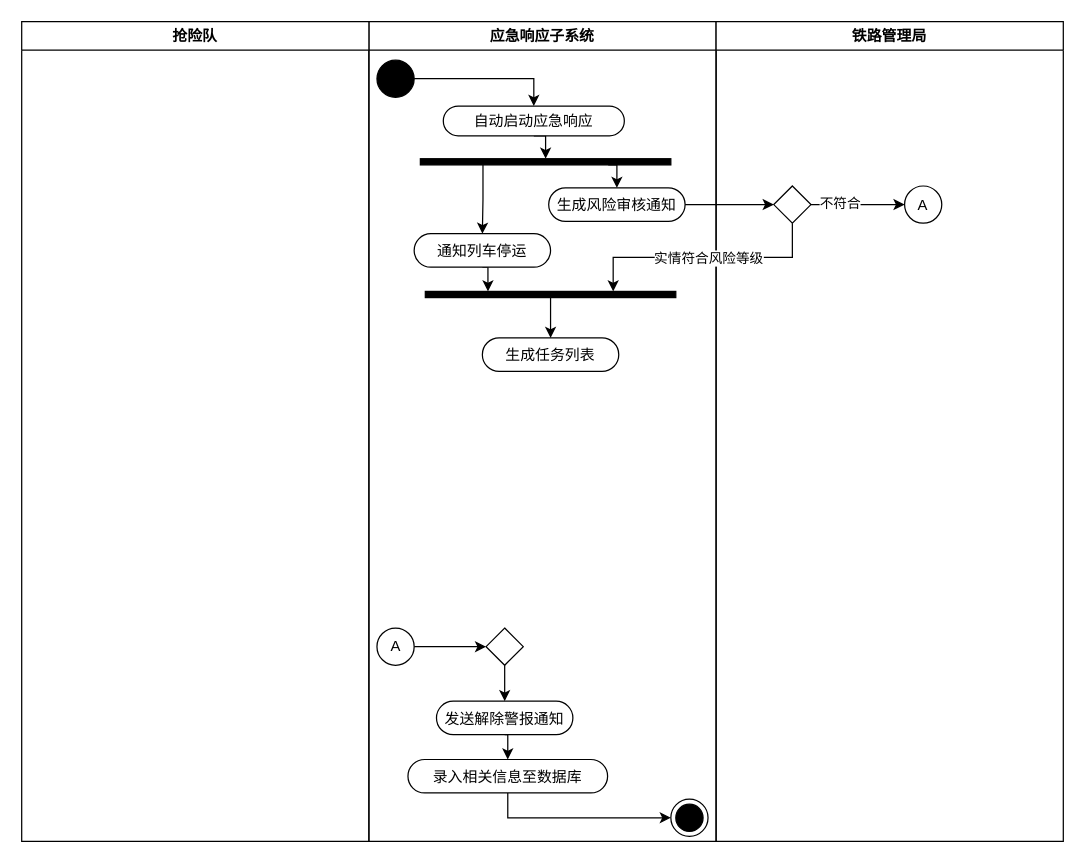
The draw.io diagram 活动图3.drawio in Lxlorange/drawio, before the edit. Source tidied: cells renumbered, new cells numbered last; positions are measured from the earlier drawing's top-left corner, leaving out a move shared by most shapes. Both pictures are drawn from the tidied source at 124%, with x=0, y=0 at pixel (21, 21).
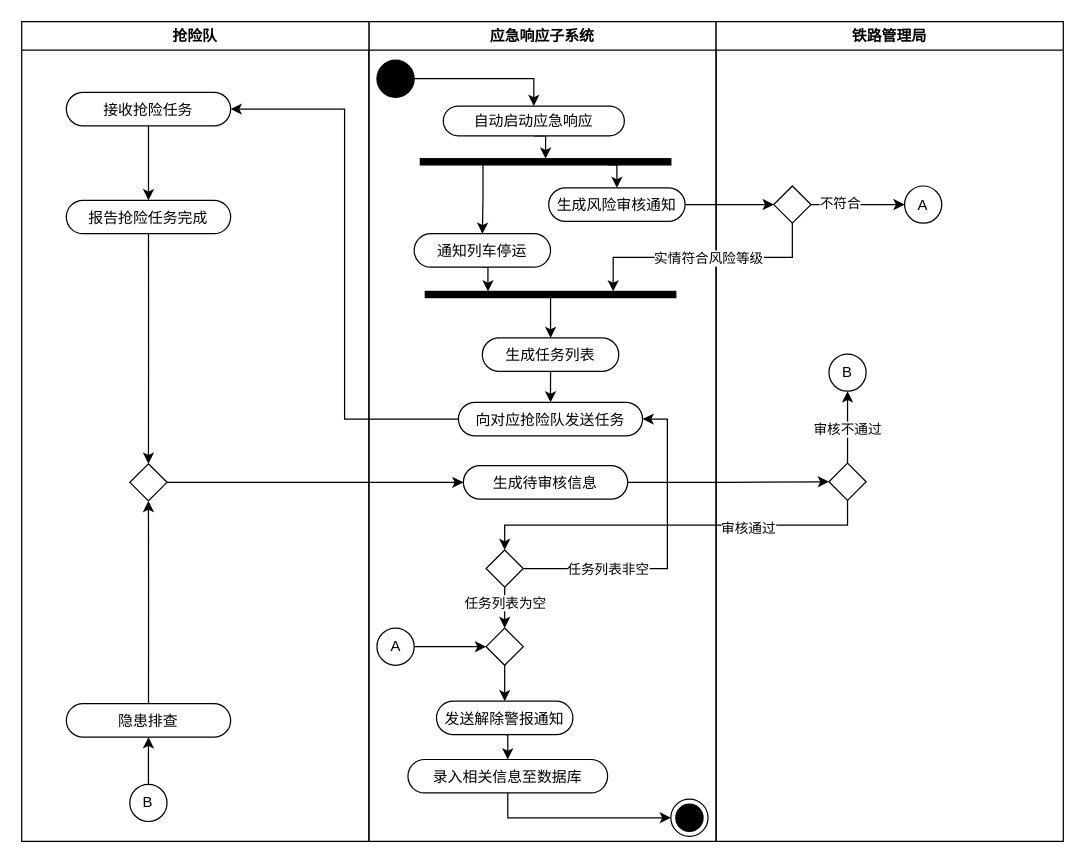
Above is the later version.

Unchanged cells that the change refers to:
```xml
<mxCell id="2" value="应急响应子系统" style="swimlane;whiteSpace=wrap;startSize=23;" parent="1" vertex="1">
  <mxGeometry x="280" width="280" height="661" as="geometry" />
</mxCell>
<mxCell id="12" value="抢险队" style="swimlane;whiteSpace=wrap;" parent="2" vertex="1">
  <mxGeometry x="-280" width="280" height="661" as="geometry" />
</mxCell>
<mxCell id="21" value="生成任务列表" style="rounded=1;arcSize=50;" parent="2" vertex="1">
  <mxGeometry x="91.5" y="255" width="110" height="27" as="geometry" />
</mxCell>
<mxCell id="23" style="rhombus;whiteSpace=wrap;html=1;" parent="2" vertex="1">
  <mxGeometry x="94.5" y="489" width="30" height="30" as="geometry" />
</mxCell>
<mxCell id="26" value="铁路管理局" style="swimlane;whiteSpace=wrap;" parent="1" vertex="1">
  <mxGeometry x="560" width="280" height="661" as="geometry" />
</mxCell>
```

The edit, as a diff of the source:
```diff
@@
+    <mxCell id="34" style="edgeStyle=orthogonalEdgeStyle;rounded=0;jettySize=auto;html=1;exitX=0.5;exitY=1;exitDx=0;exitDy=0;entryX=0.5;entryY=0;entryDx=0;entryDy=0;" parent="12" edge="1" source="35" target="36">
+      <mxGeometry relative="1" as="geometry" />
+    </mxCell>
+    <mxCell id="35" value="接收抢险任务" style="rounded=1;arcSize=50;" parent="12" vertex="1">
+      <mxGeometry x="36" y="57" width="132.5" height="27" as="geometry" />
+    </mxCell>
+    <mxCell id="36" value="报告抢险任务完成" style="rounded=1;arcSize=50;" parent="12" vertex="1">
+      <mxGeometry x="36" y="144" width="132.5" height="27" as="geometry" />
+    </mxCell>
+    <mxCell id="37" style="edgeStyle=orthogonalEdgeStyle;rounded=0;jettySize=auto;html=1;exitX=0.5;exitY=0;exitDx=0;exitDy=0;entryX=0.5;entryY=1;entryDx=0;entryDy=0;" parent="12" edge="1" source="38" target="41">
+      <mxGeometry relative="1" as="geometry" />
+    </mxCell>
+    <mxCell id="38" value="隐患排查" style="rounded=1;arcSize=50;" parent="12" vertex="1">
+      <mxGeometry x="36" y="550" width="132.5" height="27" as="geometry" />
+    </mxCell>
+    <mxCell id="39" style="edgeStyle=orthogonalEdgeStyle;rounded=0;jettySize=auto;html=1;exitX=0.5;exitY=0;exitDx=0;exitDy=0;entryX=0.5;entryY=1;entryDx=0;entryDy=0;" parent="12" edge="1" source="40" target="38">
+      <mxGeometry relative="1" as="geometry" />
+    </mxCell>
+    <mxCell id="40" value="B" style="ellipse;whiteSpace=wrap;html=1;" parent="12" vertex="1">
+      <mxGeometry x="87.2" y="615" width="30" height="30" as="geometry" />
+    </mxCell>
+    <mxCell id="41" style="rhombus;whiteSpace=wrap;html=1;" parent="12" vertex="1">
+      <mxGeometry x="87.2" y="356.5" width="30" height="30" as="geometry" />
+    </mxCell>
+    <mxCell id="42" style="edgeStyle=orthogonalEdgeStyle;rounded=0;jettySize=auto;html=1;exitX=0.5;exitY=1;exitDx=0;exitDy=0;entryX=0.5;entryY=0;entryDx=0;entryDy=0;" parent="12" edge="1" source="36" target="41">
+      <mxGeometry relative="1" as="geometry" />
+    </mxCell>
@@
+    <mxCell id="43" style="edgeStyle=orthogonalEdgeStyle;rounded=0;jettySize=auto;html=1;exitX=0.5;exitY=1;exitDx=0;exitDy=0;entryX=0.5;entryY=0;entryDx=0;entryDy=0;" parent="2" edge="1" source="21" target="45">
+      <mxGeometry relative="1" as="geometry" />
+    </mxCell>
@@
+    <mxCell id="44" style="edgeStyle=orthogonalEdgeStyle;rounded=0;jettySize=auto;html=1;entryX=1;entryY=0.5;entryDx=0;entryDy=0;" parent="2" edge="1" source="45" target="35">
+      <mxGeometry relative="1" as="geometry" />
+    </mxCell>
+    <mxCell id="45" value="向对应抢险队发送任务" style="rounded=1;arcSize=50;" parent="2" vertex="1">
+      <mxGeometry x="72.2" y="307" width="148.5" height="27" as="geometry" />
+    </mxCell>
+    <mxCell id="46" value="生成待审核信息" style="rounded=1;arcSize=50;" parent="2" vertex="1">
+      <mxGeometry x="76.2" y="358" width="132.5" height="27" as="geometry" />
+    </mxCell>
+    <mxCell id="47" style="edgeStyle=orthogonalEdgeStyle;rounded=0;jettySize=auto;html=1;exitX=0.5;exitY=1;exitDx=0;exitDy=0;entryX=0.5;entryY=0;entryDx=0;entryDy=0;" parent="2" edge="1" source="51" target="23">
+      <mxGeometry relative="1" as="geometry" />
+    </mxCell>
+    <mxCell id="48" value="任务列表为空" style="edgeLabel;html=1;align=center;verticalAlign=middle;" parent="47" vertex="1">
+      <mxGeometry x="-0.28" relative="1" as="geometry" />
+    </mxCell>
+    <mxCell id="49" style="edgeStyle=orthogonalEdgeStyle;rounded=0;jettySize=auto;html=1;exitX=1;exitY=0.5;exitDx=0;exitDy=0;entryX=1;entryY=0.5;entryDx=0;entryDy=0;" parent="2" edge="1" source="51" target="45">
+      <mxGeometry relative="1" as="geometry" />
+    </mxCell>
+    <mxCell id="50" value="任务列表非空" style="edgeLabel;html=1;align=center;verticalAlign=middle;" parent="49" vertex="1">
+      <mxGeometry x="-0.72" y="3" relative="1" as="geometry">
+        <mxPoint x="32" y="3" as="offset" />
+      </mxGeometry>
+    </mxCell>
+    <mxCell id="51" style="rhombus;whiteSpace=wrap;html=1;" parent="2" vertex="1">
+      <mxGeometry x="94.5" y="426" width="30" height="30" as="geometry" />
+    </mxCell>
+    <mxCell id="52" style="edgeStyle=orthogonalEdgeStyle;rounded=0;jettySize=auto;html=1;exitX=1;exitY=0.5;exitDx=0;exitDy=0;entryX=0;entryY=0.5;entryDx=0;entryDy=0;" parent="2" edge="1" source="41" target="46">
+      <mxGeometry relative="1" as="geometry" />
+    </mxCell>
@@
+    <mxCell id="53" style="edgeStyle=orthogonalEdgeStyle;rounded=0;jettySize=auto;html=1;exitX=0.5;exitY=0;exitDx=0;exitDy=0;entryX=0.5;entryY=1;entryDx=0;entryDy=0;" parent="26" edge="1" source="55" target="56">
+      <mxGeometry relative="1" as="geometry" />
+    </mxCell>
+    <mxCell id="54" value="审核不通过" style="edgeLabel;html=1;align=center;verticalAlign=middle;" parent="53" vertex="1">
+      <mxGeometry x="-0.03" y="1" relative="1" as="geometry" />
+    </mxCell>
+    <mxCell id="55" style="rhombus;whiteSpace=wrap;html=1;" parent="26" vertex="1">
+      <mxGeometry x="91" y="356" width="30" height="30" as="geometry" />
+    </mxCell>
+    <mxCell id="56" value="B" style="ellipse;whiteSpace=wrap;html=1;" parent="26" vertex="1">
+      <mxGeometry x="91" y="268" width="30" height="30" as="geometry" />
+    </mxCell>
@@
+    <mxCell id="57" style="edgeStyle=orthogonalEdgeStyle;rounded=0;jettySize=auto;html=1;entryX=0;entryY=0.5;entryDx=0;entryDy=0;" parent="1" edge="1" source="46" target="55">
+      <mxGeometry relative="1" as="geometry" />
+    </mxCell>
+    <mxCell id="58" style="edgeStyle=orthogonalEdgeStyle;rounded=0;jettySize=auto;html=1;exitX=0.5;exitY=1;exitDx=0;exitDy=0;" parent="1" edge="1" source="55" target="51">
+      <mxGeometry relative="1" as="geometry" />
+    </mxCell>
+    <mxCell id="59" value="审核通过" style="edgeLabel;html=1;align=center;verticalAlign=middle;" parent="58" vertex="1">
+      <mxGeometry x="-0.36" y="2" relative="1" as="geometry" />
+    </mxCell>
```
